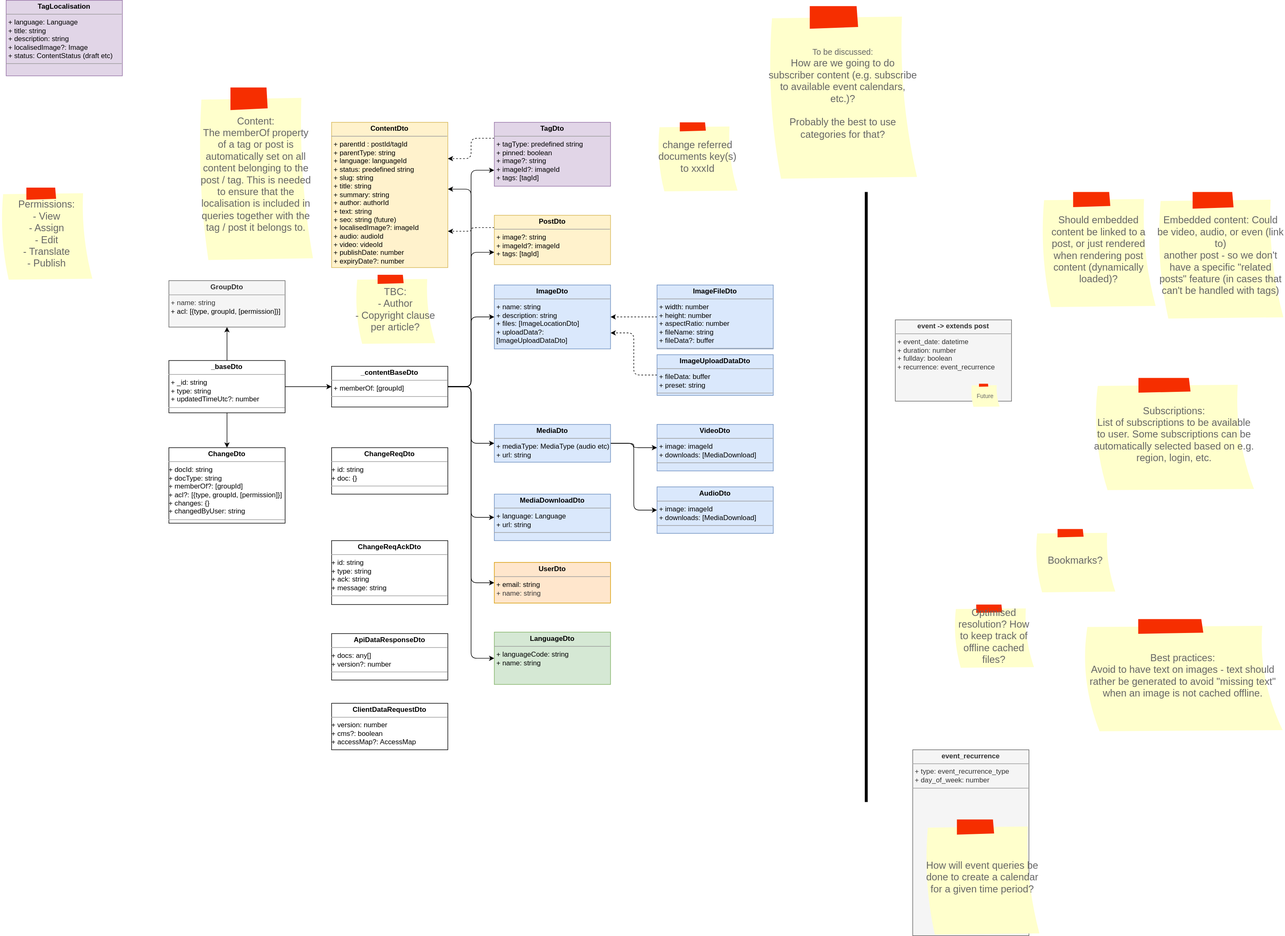
Above: docs/datamodel.drawio.svg in bccsa/luminary (draw.io), before the change. Source tidied: cells renumbered, new cells last; positions are measured from the earlier drawing's top-left corner, leaving out a move shared by most shapes.
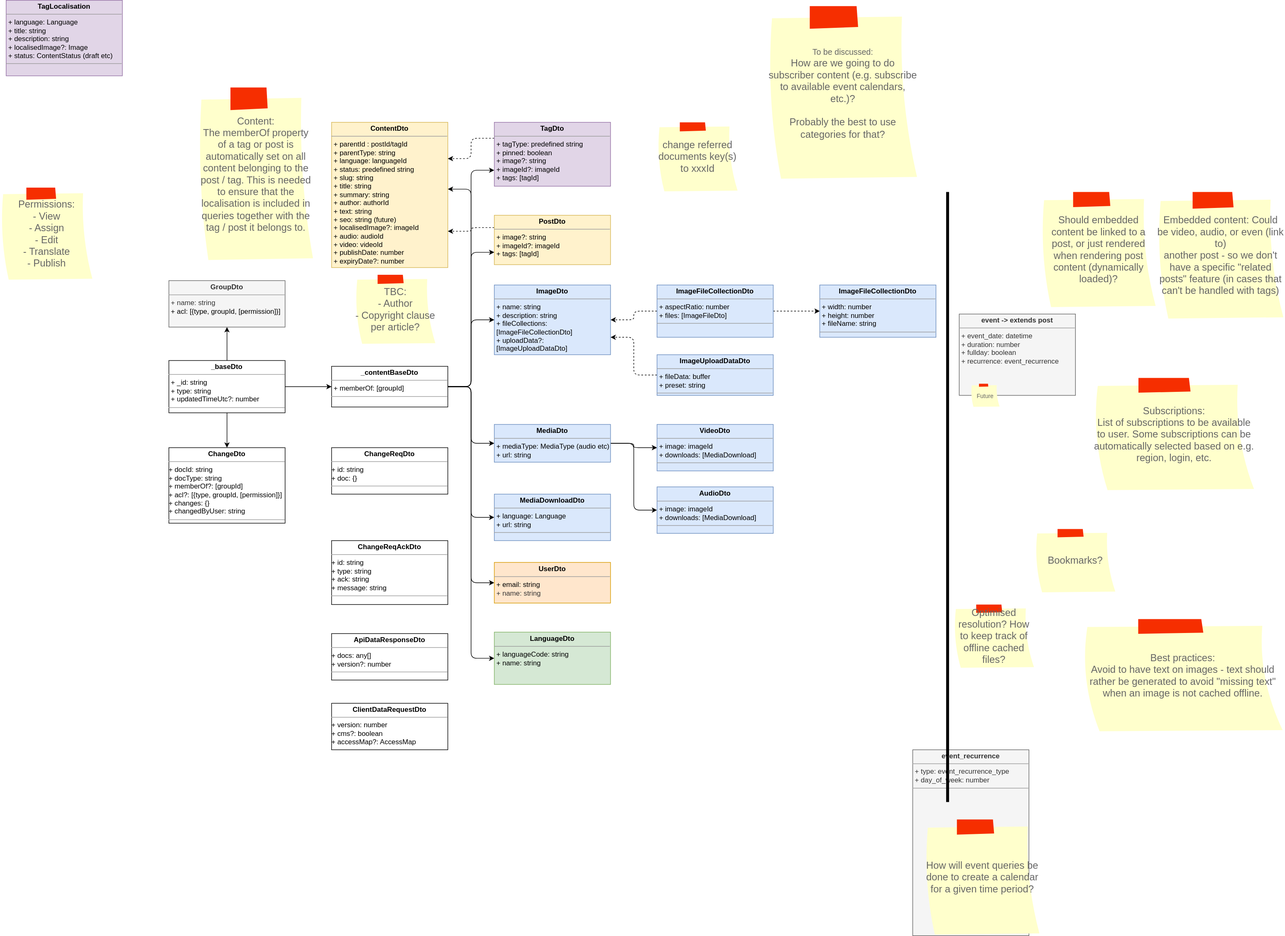
Later version of the same file.

Change to the diagram source:
```diff
@@ -38,14 +38,14 @@
     <mxCell id="11" style="edgeStyle=orthogonalEdgeStyle;html=1;exitX=1;exitY=0.5;exitDx=0;exitDy=0;entryX=0;entryY=0.5;entryDx=0;entryDy=0;" parent="1" edge="1" source="42" target="32">
       <mxGeometry relative="1" as="geometry" />
     </mxCell>
-    <mxCell id="12" value="&lt;p style=&quot;margin:0px;margin-top:4px;text-align:center;&quot;&gt;&lt;b&gt;ImageDto&lt;/b&gt;&lt;/p&gt;&lt;hr size=&quot;1&quot;&gt;&lt;p style=&quot;margin:0px;margin-left:4px;&quot;&gt;+ name: string&lt;/p&gt;&lt;p style=&quot;margin:0px;margin-left:4px;&quot;&gt;+ description: string&lt;/p&gt;&lt;p style=&quot;margin:0px;margin-left:4px;&quot;&gt;+ files: [ImageLocationDto]&lt;/p&gt;&lt;p style=&quot;margin:0px;margin-left:4px;&quot;&gt;+ uploadData?: [ImageUploadDataDto]&lt;/p&gt;&lt;p style=&quot;margin:0px;margin-left:4px;&quot;&gt;&lt;br&gt;&lt;/p&gt;&lt;hr size=&quot;1&quot;&gt;&lt;p style=&quot;margin:0px;margin-left:4px;&quot;&gt;&lt;br&gt;&lt;/p&gt;" style="verticalAlign=top;align=left;overflow=fill;fontSize=12;fontFamily=Helvetica;html=1;whiteSpace=wrap;fillColor=#dae8fc;strokeColor=#6c8ebf;" parent="1" vertex="1">
-      <mxGeometry x="850" y="490" width="200" height="110" as="geometry" />
+    <mxCell id="12" value="&lt;p style=&quot;margin:0px;margin-top:4px;text-align:center;&quot;&gt;&lt;b&gt;ImageDto&lt;/b&gt;&lt;/p&gt;&lt;hr size=&quot;1&quot;&gt;&lt;p style=&quot;margin:0px;margin-left:4px;&quot;&gt;+ name: string&lt;/p&gt;&lt;p style=&quot;margin:0px;margin-left:4px;&quot;&gt;+ description: string&lt;/p&gt;&lt;p style=&quot;margin:0px;margin-left:4px;&quot;&gt;+ fileCollections: [ImageFileCollectionDto]&lt;/p&gt;&lt;p style=&quot;margin:0px;margin-left:4px;&quot;&gt;+ uploadData?: [ImageUploadDataDto]&lt;/p&gt;&lt;hr size=&quot;1&quot;&gt;&lt;p style=&quot;margin:0px;margin-left:4px;&quot;&gt;&lt;br&gt;&lt;/p&gt;" style="verticalAlign=top;align=left;overflow=fill;fontSize=12;fontFamily=Helvetica;html=1;whiteSpace=wrap;fillColor=#dae8fc;strokeColor=#6c8ebf;" parent="1" vertex="1">
+      <mxGeometry x="850" y="490" width="200" height="120" as="geometry" />
     </mxCell>
     <mxCell id="13" value="&lt;p style=&quot;margin:0px;margin-top:4px;text-align:center;&quot;&gt;&lt;b&gt;LanguageDto&lt;/b&gt;&lt;/p&gt;&lt;hr size=&quot;1&quot;&gt;&lt;p style=&quot;margin:0px;margin-left:4px;&quot;&gt;&lt;span style=&quot;background-color: initial;&quot;&gt;+ languageCode: string&lt;/span&gt;&lt;br&gt;&lt;/p&gt;&lt;p style=&quot;margin:0px;margin-left:4px;&quot;&gt;+ name: string&lt;/p&gt;" style="verticalAlign=top;align=left;overflow=fill;fontSize=12;fontFamily=Helvetica;html=1;whiteSpace=wrap;fillColor=#d5e8d4;strokeColor=#82b366;" parent="1" vertex="1">
       <mxGeometry x="850" y="1087.5" width="200" height="90" as="geometry" />
     </mxCell>
     <mxCell id="14" value="&lt;p style=&quot;margin:0px;margin-top:4px;text-align:center;&quot;&gt;&lt;b&gt;event -&amp;gt; extends post&lt;/b&gt;&lt;/p&gt;&lt;hr size=&quot;1&quot;&gt;&lt;p style=&quot;margin:0px;margin-left:4px;&quot;&gt;&lt;span style=&quot;background-color: initial;&quot;&gt;+ event_date: datetime&lt;/span&gt;&lt;br&gt;&lt;/p&gt;&lt;p style=&quot;margin:0px;margin-left:4px;&quot;&gt;&lt;span style=&quot;background-color: initial;&quot;&gt;+ duration: number&lt;/span&gt;&lt;/p&gt;&lt;p style=&quot;margin:0px;margin-left:4px;&quot;&gt;&lt;span style=&quot;background-color: initial;&quot;&gt;+ fullday: boolean&lt;/span&gt;&lt;/p&gt;&lt;p style=&quot;margin:0px;margin-left:4px;&quot;&gt;&lt;span style=&quot;background-color: initial;&quot;&gt;+ recurrence: event_recurrence&lt;/span&gt;&lt;/p&gt;" style="verticalAlign=top;align=left;overflow=fill;fontSize=12;fontFamily=Helvetica;html=1;whiteSpace=wrap;glass=0;fillColor=#f5f5f5;fontColor=#333333;strokeColor=#666666;" parent="1" vertex="1">
-      <mxGeometry x="1540" y="550" width="200" height="140" as="geometry" />
+      <mxGeometry x="1650" y="540" width="200" height="140" as="geometry" />
     </mxCell>
     <mxCell id="15" value="&lt;p style=&quot;margin:0px;margin-top:4px;text-align:center;&quot;&gt;&lt;b&gt;event_recurrence&lt;/b&gt;&lt;/p&gt;&lt;hr size=&quot;1&quot;&gt;&lt;p style=&quot;margin:0px;margin-left:4px;&quot;&gt;+ type: event_recurrence_type&lt;br&gt;&lt;/p&gt;&lt;p style=&quot;margin:0px;margin-left:4px;&quot;&gt;+ day_of_week: number&lt;/p&gt;&lt;hr size=&quot;1&quot;&gt;&lt;p style=&quot;margin:0px;margin-left:4px;&quot;&gt;&lt;br&gt;&lt;/p&gt;" style="verticalAlign=top;align=left;overflow=fill;fontSize=12;fontFamily=Helvetica;html=1;whiteSpace=wrap;fillColor=#f5f5f5;fontColor=#333333;strokeColor=#666666;" parent="1" vertex="1">
       <mxGeometry x="1570" y="1290" width="200" height="320" as="geometry" />
@@ -118,8 +118,8 @@
     </mxCell>
     <mxCell id="38" style="endArrow=none;html=1;fontSize=14;strokeWidth=5;" parent="1" edge="1">
       <mxGeometry relative="1" as="geometry">
-        <mxPoint x="1490" y="1380" as="sourcePoint" />
-        <mxPoint x="1490" y="330" as="targetPoint" />
+        <mxPoint x="1630" y="1380" as="sourcePoint" />
+        <mxPoint x="1630" y="330" as="targetPoint" />
       </mxGeometry>
     </mxCell>
     <mxCell id="39" value="Permissions:&lt;br&gt;- View&lt;br&gt;- Assign&lt;br&gt;- Edit&lt;br&gt;- Translate&lt;br&gt;- Publish" style="strokeWidth=1;shadow=0;dashed=0;align=center;html=1;shape=mxgraph.mockup.text.stickyNote2;fontColor=#666666;mainText=;fontSize=17;whiteSpace=wrap;fillColor=#ffffcc;strokeColor=#F62E00;" parent="1" vertex="1">
@@ -164,8 +164,11 @@
     <mxCell id="52" style="edgeStyle=orthogonalEdgeStyle;html=1;exitX=0;exitY=0.5;exitDx=0;exitDy=0;entryX=1;entryY=0.5;entryDx=0;entryDy=0;dashed=1;" parent="1" edge="1" source="53" target="12">
       <mxGeometry relative="1" as="geometry" />
     </mxCell>
+    <mxCell id="56" style="edgeStyle=orthogonalEdgeStyle;html=1;exitX=1;exitY=0.5;exitDx=0;exitDy=0;entryX=0;entryY=0.5;entryDx=0;entryDy=0;dashed=1;" parent="1" edge="1" source="53" target="57">
+      <mxGeometry relative="1" as="geometry" />
+    </mxCell>
-    <mxCell id="53" value="&lt;p style=&quot;margin:0px;margin-top:4px;text-align:center;&quot;&gt;&lt;b&gt;ImageFileDto&lt;/b&gt;&lt;/p&gt;&lt;hr size=&quot;1&quot;&gt;&lt;p style=&quot;margin:0px;margin-left:4px;&quot;&gt;+ width: number&lt;/p&gt;&lt;p style=&quot;margin:0px;margin-left:4px;&quot;&gt;+ height: number&lt;/p&gt;&lt;p style=&quot;margin:0px;margin-left:4px;&quot;&gt;+ aspectRatio: number&lt;/p&gt;&lt;p style=&quot;margin:0px;margin-left:4px;&quot;&gt;+ fileName: string&lt;/p&gt;&lt;p style=&quot;margin:0px;margin-left:4px;&quot;&gt;+ fileData?: buffer&lt;/p&gt;&lt;hr size=&quot;1&quot;&gt;&lt;p style=&quot;margin:0px;margin-left:4px;&quot;&gt;&lt;br&gt;&lt;/p&gt;" style="verticalAlign=top;align=left;overflow=fill;fontSize=12;fontFamily=Helvetica;html=1;whiteSpace=wrap;fillColor=#dae8fc;strokeColor=#6c8ebf;" parent="1" vertex="1">
-      <mxGeometry x="1130" y="490" width="200" height="110" as="geometry" />
+    <mxCell id="53" value="&lt;p style=&quot;margin:0px;margin-top:4px;text-align:center;&quot;&gt;&lt;b&gt;ImageFileCollectionDto&lt;/b&gt;&lt;/p&gt;&lt;hr size=&quot;1&quot;&gt;&lt;p style=&quot;margin:0px;margin-left:4px;&quot;&gt;&lt;span style=&quot;background-color: initial;&quot;&gt;+ aspectRatio: number&lt;/span&gt;&lt;br&gt;&lt;/p&gt;&lt;p style=&quot;margin:0px;margin-left:4px;&quot;&gt;+ files: [ImageFileDto]&lt;/p&gt;&lt;hr size=&quot;1&quot;&gt;&lt;p style=&quot;margin:0px;margin-left:4px;&quot;&gt;&lt;br&gt;&lt;/p&gt;" style="verticalAlign=top;align=left;overflow=fill;fontSize=12;fontFamily=Helvetica;html=1;whiteSpace=wrap;fillColor=#dae8fc;strokeColor=#6c8ebf;" parent="1" vertex="1">
+      <mxGeometry x="1130" y="490" width="200" height="90" as="geometry" />
     </mxCell>
     <mxCell id="54" style="edgeStyle=orthogonalEdgeStyle;html=1;exitX=0;exitY=0.5;exitDx=0;exitDy=0;entryX=1;entryY=0.75;entryDx=0;entryDy=0;dashed=1;" parent="1" edge="1" source="55" target="12">
       <mxGeometry relative="1" as="geometry" />
@@ -173,5 +176,8 @@
     <mxCell id="55" value="&lt;p style=&quot;margin:0px;margin-top:4px;text-align:center;&quot;&gt;&lt;b&gt;ImageUploadDataDto&lt;/b&gt;&lt;/p&gt;&lt;hr size=&quot;1&quot;&gt;&lt;p style=&quot;margin:0px;margin-left:4px;&quot;&gt;+ fileData: buffer&lt;/p&gt;&lt;p style=&quot;margin:0px;margin-left:4px;&quot;&gt;+ preset: string&lt;br&gt;&lt;/p&gt;&lt;hr size=&quot;1&quot;&gt;&lt;p style=&quot;margin:0px;margin-left:4px;&quot;&gt;&lt;br&gt;&lt;/p&gt;" style="verticalAlign=top;align=left;overflow=fill;fontSize=12;fontFamily=Helvetica;html=1;whiteSpace=wrap;fillColor=#dae8fc;strokeColor=#6c8ebf;" parent="1" vertex="1">
       <mxGeometry x="1130" y="610" width="200" height="70" as="geometry" />
     </mxCell>
+    <mxCell id="57" value="&lt;p style=&quot;margin:0px;margin-top:4px;text-align:center;&quot;&gt;&lt;b&gt;ImageFileCollectionDto&lt;/b&gt;&lt;/p&gt;&lt;hr size=&quot;1&quot;&gt;&lt;p style=&quot;margin:0px;margin-left:4px;&quot;&gt;+ width: number&lt;/p&gt;&lt;p style=&quot;margin:0px;margin-left:4px;&quot;&gt;+ height: number&lt;/p&gt;&lt;p style=&quot;margin:0px;margin-left:4px;&quot;&gt;+ fileName: string&lt;/p&gt;&lt;hr size=&quot;1&quot;&gt;&lt;p style=&quot;margin:0px;margin-left:4px;&quot;&gt;&lt;br&gt;&lt;/p&gt;" style="verticalAlign=top;align=left;overflow=fill;fontSize=12;fontFamily=Helvetica;html=1;whiteSpace=wrap;fillColor=#dae8fc;strokeColor=#6c8ebf;" parent="1" vertex="1">
+      <mxGeometry x="1410" y="490" width="200" height="90" as="geometry" />
+    </mxCell>
   </root>
 </mxGraphModel>
```
